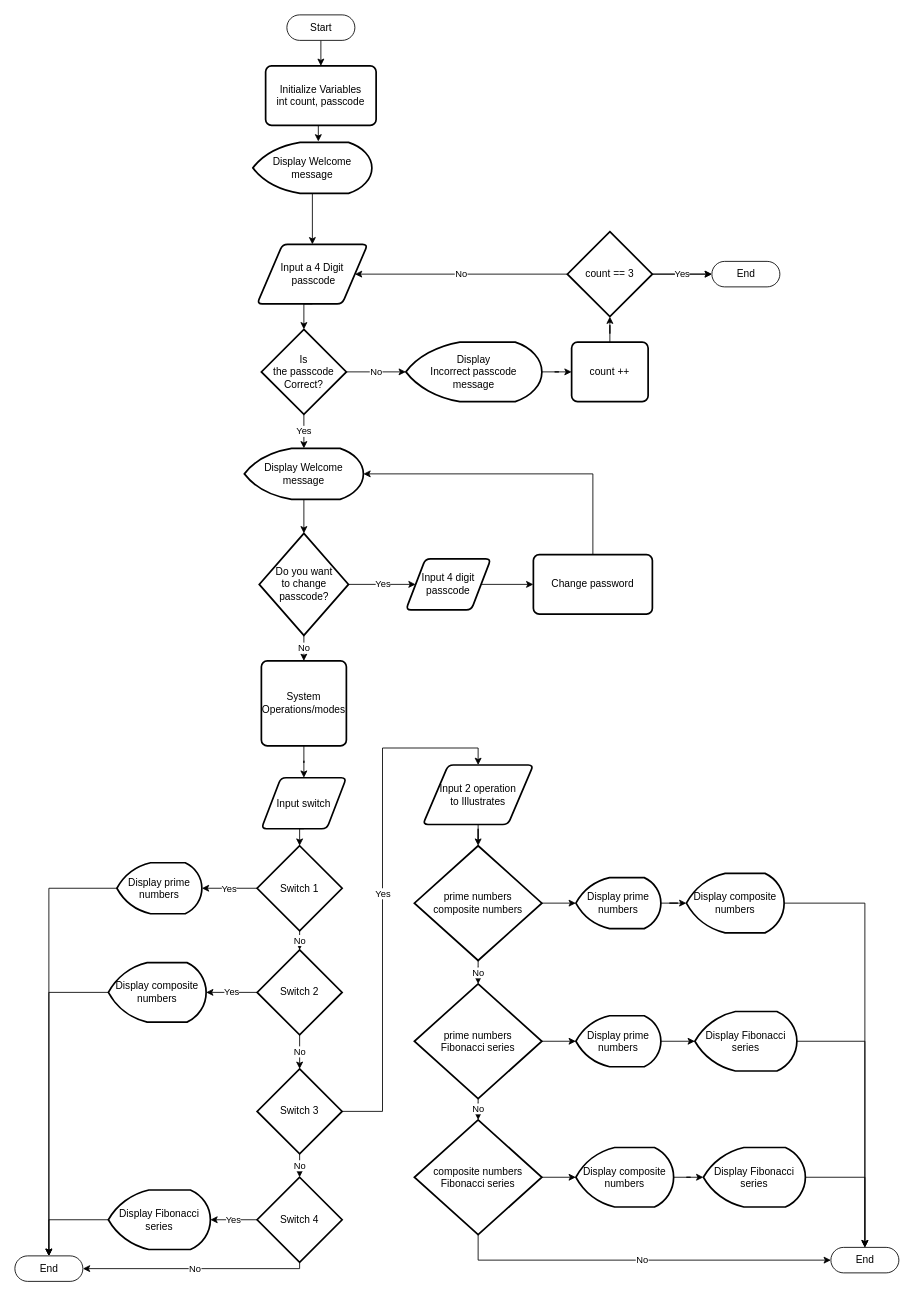
Before: CPE121L_PrelimExam.drawio in JvMapote/CPE121L_Group2, a draw.io diagram. Source tidied: cells renumbered, new cells numbered last; positions are measured from the earlier drawing's top-left corner, leaving out a move shared by most shapes. Both pictures are drawn from the tidied source at 85%, with x=0, y=0 at pixel (14, 14).
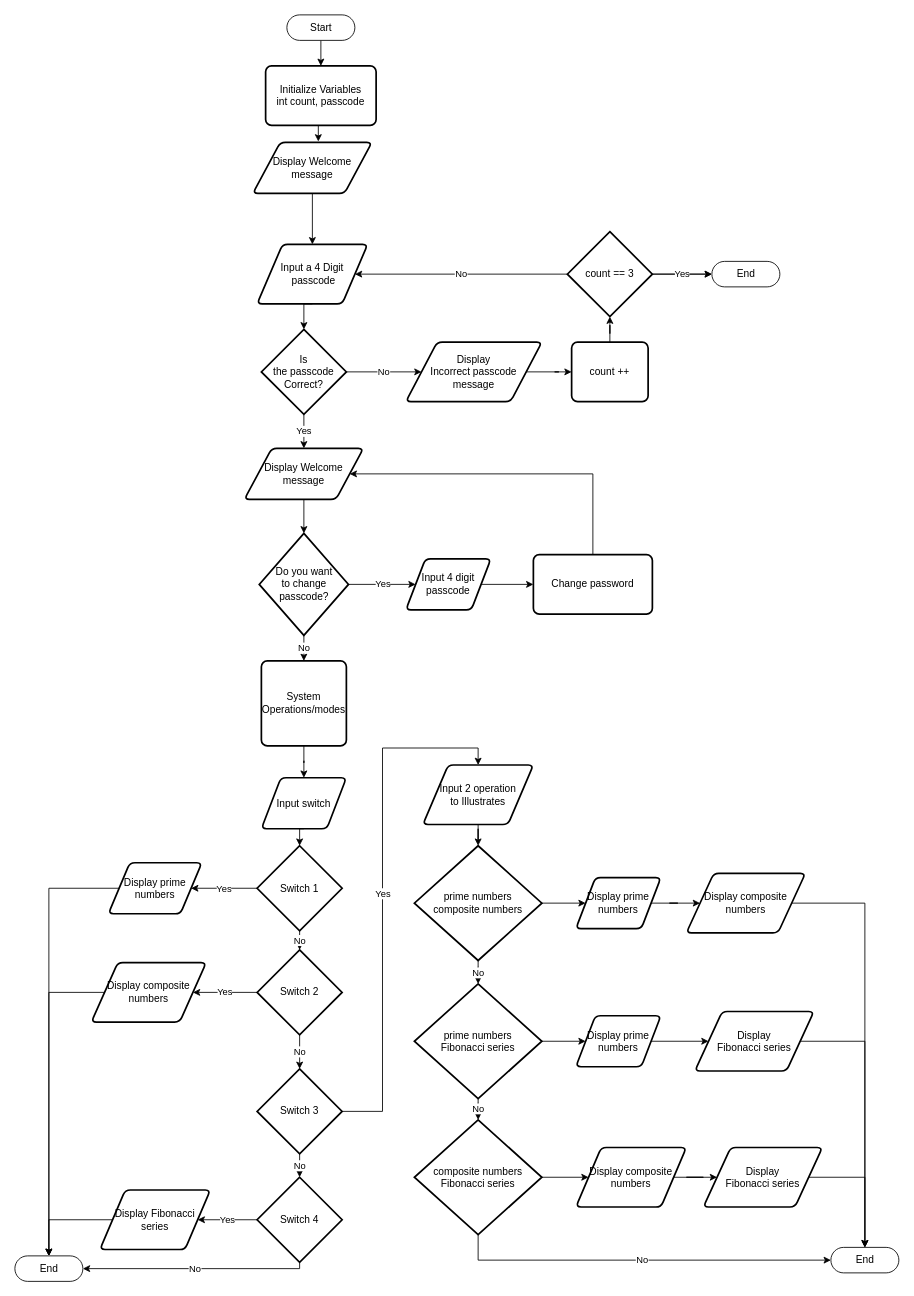
Above is the later version.

Unchanged cells that the change refers to:
```xml
<mxCell id="8" value="Is &lt;br&gt;the passcode Correct?" style="strokeWidth=2;html=1;shape=mxgraph.flowchart.decision;whiteSpace=wrap;" parent="1" vertex="1">
  <mxGeometry x="290" y="370" width="100" height="100" as="geometry" />
</mxCell>
<mxCell id="72" value="Change password" style="rounded=1;whiteSpace=wrap;html=1;absoluteArcSize=1;arcSize=14;strokeWidth=2;" parent="1" vertex="1">
  <mxGeometry x="610" y="635" width="140" height="70" as="geometry" />
</mxCell>
<mxCell id="74" value="End" style="html=1;dashed=0;whitespace=wrap;shape=mxgraph.dfd.start;" parent="1" vertex="1">
  <mxGeometry x="960" y="1450" width="80" height="30" as="geometry" />
</mxCell>
<mxCell id="75" value="End" style="html=1;dashed=0;whitespace=wrap;shape=mxgraph.dfd.start;" parent="1" vertex="1">
  <mxGeometry y="1460" width="80" height="30" as="geometry" />
</mxCell>
```

Diff of the diagram source:
```diff
@@
-    <mxCell id="6" value="No" style="edgeStyle=orthogonalEdgeStyle;rounded=0;jettySize=auto;html=1;exitX=1;exitY=0.5;exitDx=0;exitDy=0;exitPerimeter=0;entryX=0;entryY=0.5;entryDx=0;entryDy=0;entryPerimeter=0;" parent="1" edge="1" source="8" target="10">
+    <mxCell id="6" value="No" style="edgeStyle=orthogonalEdgeStyle;rounded=0;jettySize=auto;html=1;exitX=1;exitY=0.5;exitDx=0;exitDy=0;exitPerimeter=0;entryX=0;entryY=0.5;entryDx=0;entryDy=0;" parent="1" edge="1" source="8" target="10">
       <mxGeometry relative="1" as="geometry" />
     </mxCell>
@@
-    <mxCell id="10" value="Display &lt;br&gt;Incorrect passcode &lt;br&gt;message" style="strokeWidth=2;html=1;shape=mxgraph.flowchart.display;whiteSpace=wrap;" parent="1" vertex="1">
+    <mxCell id="10" value="Display &lt;br&gt;Incorrect passcode &lt;br&gt;message" style="shape=parallelogram;html=1;strokeWidth=2;perimeter=parallelogramPerimeter;whiteSpace=wrap;rounded=1;arcSize=12;size=0.23;" parent="1" vertex="1">
       <mxGeometry x="460" y="385" width="160" height="70" as="geometry" />
     </mxCell>
@@
-    <mxCell id="14" value="Display Welcome message" style="strokeWidth=2;html=1;shape=mxgraph.flowchart.display;whiteSpace=wrap;" parent="1" vertex="1">
+    <mxCell id="14" value="Display Welcome message" style="shape=parallelogram;html=1;strokeWidth=2;perimeter=parallelogramPerimeter;whiteSpace=wrap;rounded=1;arcSize=12;size=0.23;" parent="1" vertex="1">
       <mxGeometry x="280" y="150" width="140" height="60" as="geometry" />
     </mxCell>
@@
-    <mxCell id="20" value="Display Welcome message" style="strokeWidth=2;html=1;shape=mxgraph.flowchart.display;whiteSpace=wrap;" parent="1" vertex="1">
+    <mxCell id="20" value="Display Welcome message" style="shape=parallelogram;html=1;strokeWidth=2;perimeter=parallelogramPerimeter;whiteSpace=wrap;rounded=1;arcSize=12;size=0.23;" parent="1" vertex="1">
       <mxGeometry x="270" y="510" width="140" height="60" as="geometry" />
     </mxCell>
@@
-    <mxCell id="39" value="Display prime numbers" style="strokeWidth=2;html=1;shape=mxgraph.flowchart.display;whiteSpace=wrap;" parent="1" vertex="1">
-      <mxGeometry x="120" y="997.5" width="100" height="60" as="geometry" />
+    <mxCell id="39" value="Display prime numbers" style="shape=parallelogram;html=1;strokeWidth=2;perimeter=parallelogramPerimeter;whiteSpace=wrap;rounded=1;arcSize=12;size=0.23;" parent="1" vertex="1">
+      <mxGeometry x="110" y="997.5" width="110" height="60" as="geometry" />
     </mxCell>
@@
-    <mxCell id="41" value="Display composite numbers" style="strokeWidth=2;html=1;shape=mxgraph.flowchart.display;whiteSpace=wrap;" parent="1" vertex="1">
-      <mxGeometry x="110" y="1115" width="115" height="70" as="geometry" />
+    <mxCell id="41" value="Display composite numbers" style="shape=parallelogram;html=1;strokeWidth=2;perimeter=parallelogramPerimeter;whiteSpace=wrap;rounded=1;arcSize=12;size=0.23;" parent="1" vertex="1">
+      <mxGeometry x="90" y="1115" width="135" height="70" as="geometry" />
     </mxCell>
-    <mxCell id="42" style="edgeStyle=orthogonalEdgeStyle;rounded=0;jettySize=auto;html=1;exitX=0;exitY=0.5;exitDx=0;exitDy=0;exitPerimeter=0;entryX=0.5;entryY=0.5;entryDx=0;entryDy=-15;entryPerimeter=0;" parent="1" edge="1" source="43" target="75">
+    <mxCell id="42" style="edgeStyle=orthogonalEdgeStyle;rounded=0;jettySize=auto;html=1;exitX=0;exitY=0.5;exitDx=0;exitDy=0;entryX=0.5;entryY=0.5;entryDx=0;entryDy=-15;entryPerimeter=0;" parent="1" edge="1" source="43" target="75">
       <mxGeometry relative="1" as="geometry" />
     </mxCell>
-    <mxCell id="43" value="Display Fibonacci series" style="strokeWidth=2;html=1;shape=mxgraph.flowchart.display;whiteSpace=wrap;" parent="1" vertex="1">
-      <mxGeometry x="110" y="1382.5" width="120" height="70" as="geometry" />
+    <mxCell id="43" value="Display Fibonacci series" style="shape=parallelogram;html=1;strokeWidth=2;perimeter=parallelogramPerimeter;whiteSpace=wrap;rounded=1;arcSize=12;size=0.23;" parent="1" vertex="1">
+      <mxGeometry x="100" y="1382.5" width="130" height="70" as="geometry" />
     </mxCell>
@@
-    <mxCell id="58" value="Display prime numbers" style="strokeWidth=2;html=1;shape=mxgraph.flowchart.display;whiteSpace=wrap;" parent="1" vertex="1">
+    <mxCell id="58" value="Display prime numbers" style="shape=parallelogram;html=1;strokeWidth=2;perimeter=parallelogramPerimeter;whiteSpace=wrap;rounded=1;arcSize=12;size=0.23;" parent="1" vertex="1">
       <mxGeometry x="660" y="1015" width="100" height="60" as="geometry" />
     </mxCell>
-    <mxCell id="59" style="edgeStyle=orthogonalEdgeStyle;rounded=0;jettySize=auto;html=1;exitX=1;exitY=0.5;exitDx=0;exitDy=0;exitPerimeter=0;entryX=0.5;entryY=0.5;entryDx=0;entryDy=-15;entryPerimeter=0;" parent="1" edge="1" source="60" target="74">
+    <mxCell id="59" style="edgeStyle=orthogonalEdgeStyle;rounded=0;jettySize=auto;html=1;exitX=1;exitY=0.5;exitDx=0;exitDy=0;entryX=0.5;entryY=0.5;entryDx=0;entryDy=-15;entryPerimeter=0;" parent="1" edge="1" source="60" target="74">
       <mxGeometry relative="1" as="geometry" />
     </mxCell>
-    <mxCell id="60" value="Display composite numbers" style="strokeWidth=2;html=1;shape=mxgraph.flowchart.display;whiteSpace=wrap;" parent="1" vertex="1">
-      <mxGeometry x="790" y="1010" width="115" height="70" as="geometry" />
+    <mxCell id="60" value="Display composite numbers" style="shape=parallelogram;html=1;strokeWidth=2;perimeter=parallelogramPerimeter;whiteSpace=wrap;rounded=1;arcSize=12;size=0.23;" parent="1" vertex="1">
+      <mxGeometry x="790" y="1010" width="140" height="70" as="geometry" />
     </mxCell>
@@
-    <mxCell id="62" value="Display prime numbers" style="strokeWidth=2;html=1;shape=mxgraph.flowchart.display;whiteSpace=wrap;" parent="1" vertex="1">
+    <mxCell id="62" value="Display prime numbers" style="shape=parallelogram;html=1;strokeWidth=2;perimeter=parallelogramPerimeter;whiteSpace=wrap;rounded=1;arcSize=12;size=0.23;" parent="1" vertex="1">
       <mxGeometry x="660" y="1177.5" width="100" height="60" as="geometry" />
     </mxCell>
-    <mxCell id="63" style="edgeStyle=orthogonalEdgeStyle;rounded=0;jettySize=auto;html=1;exitX=1;exitY=0.5;exitDx=0;exitDy=0;exitPerimeter=0;entryX=0.5;entryY=0.5;entryDx=0;entryDy=-15;entryPerimeter=0;" parent="1" edge="1" source="64" target="74">
+    <mxCell id="63" style="edgeStyle=orthogonalEdgeStyle;rounded=0;jettySize=auto;html=1;exitX=1;exitY=0.5;exitDx=0;exitDy=0;entryX=0.5;entryY=0.5;entryDx=0;entryDy=-15;entryPerimeter=0;" parent="1" edge="1" source="64" target="74">
       <mxGeometry relative="1" as="geometry">
         <Array as="points">
           <mxPoint x="1000" y="1208" />
         </Array>
       </mxGeometry>
     </mxCell>
-    <mxCell id="64" value="Display Fibonacci series" style="strokeWidth=2;html=1;shape=mxgraph.flowchart.display;whiteSpace=wrap;" parent="1" vertex="1">
-      <mxGeometry x="800" y="1172.5" width="120" height="70" as="geometry" />
+    <mxCell id="64" value="Display &lt;br&gt;Fibonacci series" style="shape=parallelogram;html=1;strokeWidth=2;perimeter=parallelogramPerimeter;whiteSpace=wrap;rounded=1;arcSize=12;size=0.23;" parent="1" vertex="1">
+      <mxGeometry x="800" y="1172.5" width="140" height="70" as="geometry" />
     </mxCell>
@@
-    <mxCell id="66" value="Display composite numbers" style="strokeWidth=2;html=1;shape=mxgraph.flowchart.display;whiteSpace=wrap;" parent="1" vertex="1">
-      <mxGeometry x="660" y="1332.5" width="115" height="70" as="geometry" />
+    <mxCell id="66" value="Display composite numbers" style="shape=parallelogram;html=1;strokeWidth=2;perimeter=parallelogramPerimeter;whiteSpace=wrap;rounded=1;arcSize=12;size=0.23;" parent="1" vertex="1">
+      <mxGeometry x="660" y="1332.5" width="130" height="70" as="geometry" />
     </mxCell>
-    <mxCell id="67" style="edgeStyle=orthogonalEdgeStyle;rounded=0;jettySize=auto;html=1;exitX=1;exitY=0.5;exitDx=0;exitDy=0;exitPerimeter=0;entryX=0.5;entryY=0.5;entryDx=0;entryDy=-15;entryPerimeter=0;" parent="1" edge="1" source="68" target="74">
+    <mxCell id="67" style="edgeStyle=orthogonalEdgeStyle;rounded=0;jettySize=auto;html=1;exitX=1;exitY=0.5;exitDx=0;exitDy=0;entryX=0.5;entryY=0.5;entryDx=0;entryDy=-15;entryPerimeter=0;" parent="1" edge="1" source="68" target="74">
       <mxGeometry relative="1" as="geometry" />
     </mxCell>
-    <mxCell id="68" value="Display Fibonacci series" style="strokeWidth=2;html=1;shape=mxgraph.flowchart.display;whiteSpace=wrap;" parent="1" vertex="1">
-      <mxGeometry x="810" y="1332.5" width="120" height="70" as="geometry" />
+    <mxCell id="68" value="Display &lt;br&gt;Fibonacci series" style="shape=parallelogram;html=1;strokeWidth=2;perimeter=parallelogramPerimeter;whiteSpace=wrap;rounded=1;arcSize=12;size=0.23;" parent="1" vertex="1">
+      <mxGeometry x="810" y="1332.5" width="140" height="70" as="geometry" />
     </mxCell>
@@
-    <mxCell id="71" style="edgeStyle=orthogonalEdgeStyle;rounded=0;jettySize=auto;html=1;exitX=0.5;exitY=0;exitDx=0;exitDy=0;entryX=1;entryY=0.5;entryDx=0;entryDy=0;entryPerimeter=0;" parent="1" edge="1" source="72" target="20">
-      <mxGeometry relative="1" as="geometry" />
+    <mxCell id="71" style="edgeStyle=orthogonalEdgeStyle;rounded=0;jettySize=auto;html=1;exitX=0.5;exitY=0;exitDx=0;exitDy=0;entryX=1;entryY=0.5;entryDx=0;entryDy=0;" parent="1" edge="1" source="72" target="20">
+      <mxGeometry relative="1" as="geometry">
+        <Array as="points">
+          <mxPoint x="680" y="540" />
+        </Array>
+      </mxGeometry>
     </mxCell>
```
